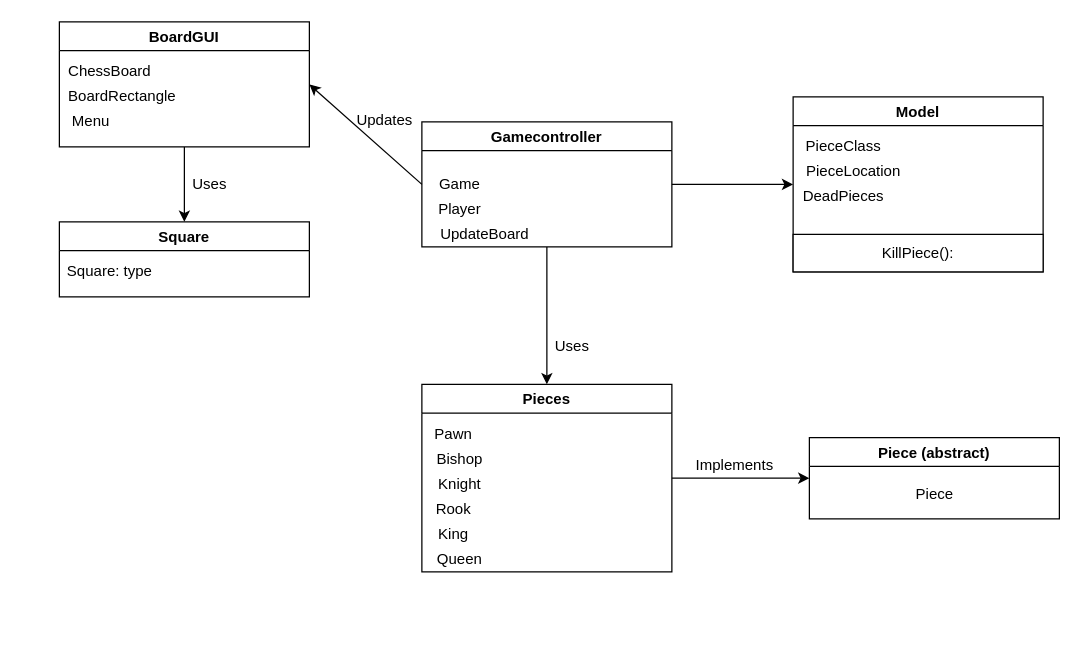
ludde016/Slutprojekt keeps this draw.io diagram as Prog2 Diagram, MVC - Ludvig Swala.drawio. Above is the earlier version. Source tidied: cells renumbered, new cells numbered last; positions are measured from the earlier drawing's top-left corner, leaving out a move shared by most shapes. Both pictures are drawn from the tidied source at 125%, with x=0, y=0 at pixel (59, 21).
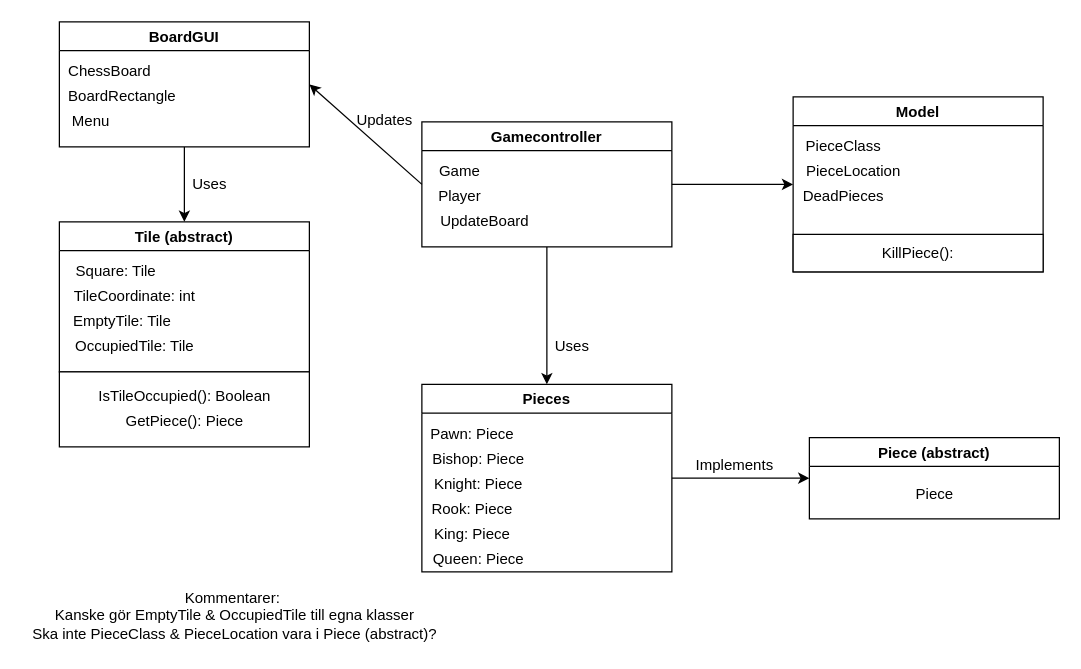
Above is the later version.

Commit message:
Uppdaterade Diagrammet: Lade till fler metoder och funktioner, gav också flera av dem "types"

The change refers to these unchanged cells:
```xml
<mxCell id="4" value="Gamecontroller" style="swimlane;" parent="1" vertex="1">
  <mxGeometry x="290" y="80" width="200" height="100" as="geometry" />
</mxCell>
<mxCell id="17" value="Pieces" style="swimlane;" parent="1" vertex="1">
  <mxGeometry x="290" y="290" width="200" height="150" as="geometry" />
</mxCell>
```

Change to the diagram source:
```diff
@@
     <mxCell id="5" value="Game" style="text;html=1;align=center;verticalAlign=middle;" parent="4" vertex="1">
-      <mxGeometry x="5" y="40" width="50" height="20" as="geometry" />
+      <mxGeometry x="5" y="30" width="50" height="20" as="geometry" />
     </mxCell>
     <mxCell id="6" value="Player" style="text;html=1;align=center;verticalAlign=middle;" parent="4" vertex="1">
-      <mxGeometry x="5" y="60" width="50" height="20" as="geometry" />
+      <mxGeometry x="5" y="50" width="50" height="20" as="geometry" />
     </mxCell>
     <mxCell id="7" value="UpdateBoard" style="text;html=1;align=center;verticalAlign=middle;" parent="4" vertex="1">
-      <mxGeometry x="5" y="80" width="90" height="20" as="geometry" />
+      <mxGeometry x="5" y="70" width="90" height="20" as="geometry" />
     </mxCell>
@@
-    <mxCell id="13" value="Square" style="swimlane;" parent="1" vertex="1">
-      <mxGeometry y="160" width="200" height="60" as="geometry" />
+    <mxCell id="13" value="Tile (abstract)" style="swimlane;" parent="1" vertex="1">
+      <mxGeometry y="160" width="200" height="120" as="geometry" />
     </mxCell>
-    <mxCell id="14" value="Square: type" style="text;html=1;align=center;verticalAlign=middle;" parent="13" vertex="1">
-      <mxGeometry y="30" width="80" height="20" as="geometry" />
+    <mxCell id="14" value="Square: Tile" style="text;html=1;align=center;verticalAlign=middle;" parent="13" vertex="1">
+      <mxGeometry x="5" y="30" width="80" height="20" as="geometry" />
     </mxCell>
+    <mxCell id="35" value="TileCoordinate: int" style="text;html=1;align=center;verticalAlign=middle;" parent="13" vertex="1">
+      <mxGeometry x="5" y="50" width="110" height="20" as="geometry" />
+    </mxCell>
+    <mxCell id="36" value="EmptyTile: Tile" style="text;html=1;align=center;verticalAlign=middle;" parent="13" vertex="1">
+      <mxGeometry x="5" y="70" width="90" height="20" as="geometry" />
+    </mxCell>
+    <mxCell id="37" value="OccupiedTile: Tile" style="text;html=1;align=center;verticalAlign=middle;" parent="13" vertex="1">
+      <mxGeometry x="5" y="90" width="110" height="20" as="geometry" />
+    </mxCell>
@@
-    <mxCell id="18" value="Pawn" style="text;html=1;align=center;verticalAlign=middle;" parent="17" vertex="1">
-      <mxGeometry y="30" width="50" height="20" as="geometry" />
+    <mxCell id="18" value="Pawn: Piece" style="text;html=1;align=center;verticalAlign=middle;" parent="17" vertex="1">
+      <mxGeometry y="30" width="80" height="20" as="geometry" />
     </mxCell>
-    <mxCell id="19" value="Bishop" style="text;html=1;align=center;verticalAlign=middle;" parent="17" vertex="1">
-      <mxGeometry x="5" y="50" width="50" height="20" as="geometry" />
+    <mxCell id="19" value="Bishop: Piece" style="text;html=1;align=center;verticalAlign=middle;" parent="17" vertex="1">
+      <mxGeometry y="50" width="90" height="20" as="geometry" />
     </mxCell>
-    <mxCell id="20" value="Knight" style="text;html=1;align=center;verticalAlign=middle;" parent="17" vertex="1">
-      <mxGeometry x="5" y="70" width="50" height="20" as="geometry" />
+    <mxCell id="20" value="Knight: Piece" style="text;html=1;align=center;verticalAlign=middle;" parent="17" vertex="1">
+      <mxGeometry y="70" width="90" height="20" as="geometry" />
     </mxCell>
-    <mxCell id="21" value="Rook" style="text;html=1;align=center;verticalAlign=middle;" parent="17" vertex="1">
-      <mxGeometry x="5" y="90" width="40" height="20" as="geometry" />
+    <mxCell id="21" value="Rook: Piece" style="text;html=1;align=center;verticalAlign=middle;" parent="17" vertex="1">
+      <mxGeometry y="90" width="80" height="20" as="geometry" />
     </mxCell>
-    <mxCell id="22" value="King" style="text;html=1;align=center;verticalAlign=middle;" parent="17" vertex="1">
-      <mxGeometry x="5" y="110" width="40" height="20" as="geometry" />
+    <mxCell id="22" value="King: Piece" style="text;html=1;align=center;verticalAlign=middle;" parent="17" vertex="1">
+      <mxGeometry y="110" width="80" height="20" as="geometry" />
     </mxCell>
-    <mxCell id="23" value="Queen" style="text;html=1;align=center;verticalAlign=middle;" parent="17" vertex="1">
-      <mxGeometry x="5" y="130" width="50" height="20" as="geometry" />
+    <mxCell id="23" value="Queen: Piece" style="text;html=1;align=center;verticalAlign=middle;" parent="17" vertex="1">
+      <mxGeometry y="130" width="90" height="20" as="geometry" />
     </mxCell>
@@
+    <mxCell id="38" style="rounded=0;whiteSpace=wrap;html=1;" parent="1" vertex="1">
+      <mxGeometry y="280" width="200" height="60" as="geometry" />
+    </mxCell>
+    <mxCell id="39" value="IsTileOccupied(): Boolean" style="text;html=1;align=center;verticalAlign=middle;" parent="1" vertex="1">
+      <mxGeometry x="25" y="290" width="150" height="20" as="geometry" />
+    </mxCell>
+    <mxCell id="40" value="GetPiece(): Piece" style="text;html=1;align=center;verticalAlign=middle;" parent="1" vertex="1">
+      <mxGeometry x="45" y="310" width="110" height="20" as="geometry" />
+    </mxCell>
+    <mxCell id="41" value="Kommentarer:&amp;nbsp;&lt;br&gt;Kanske gör EmptyTile &amp;amp; OccupiedTile till egna klasser&lt;br&gt;Ska inte PieceClass &amp;amp; PieceLocation vara i Piece (abstract)?" style="text;html=1;align=center;verticalAlign=middle;" parent="1" vertex="1">
+      <mxGeometry x="-30" y="450" width="340" height="50" as="geometry" />
+    </mxCell>
```
